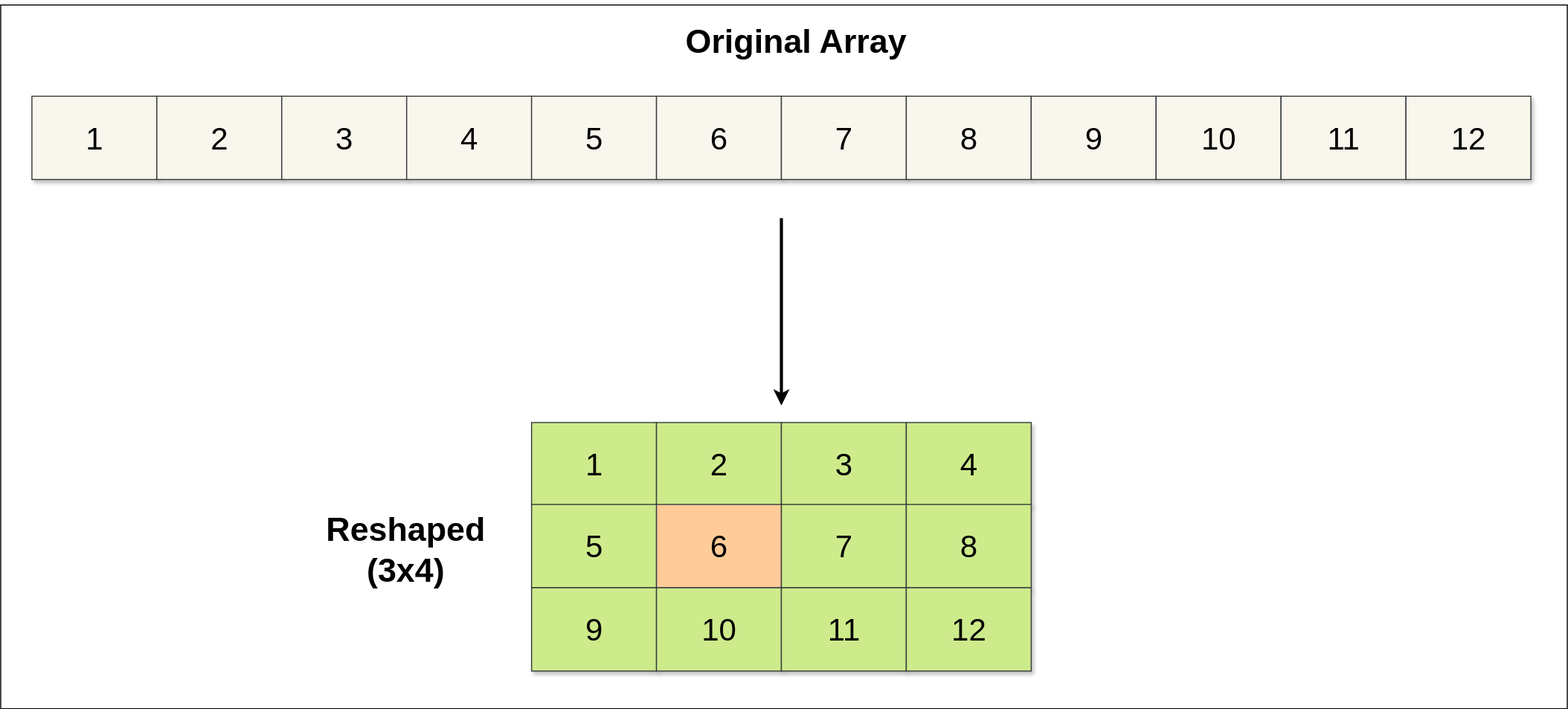
Before: tensorcode/Numpy/Problem_1/images/infra-1.svg, a diagram exported from draw.io (poridhiEng/lab-asset). Source tidied: cells renumbered, new cells last; positions are measured from the earlier drawing's top-left corner, leaving out a move shared by most shapes.
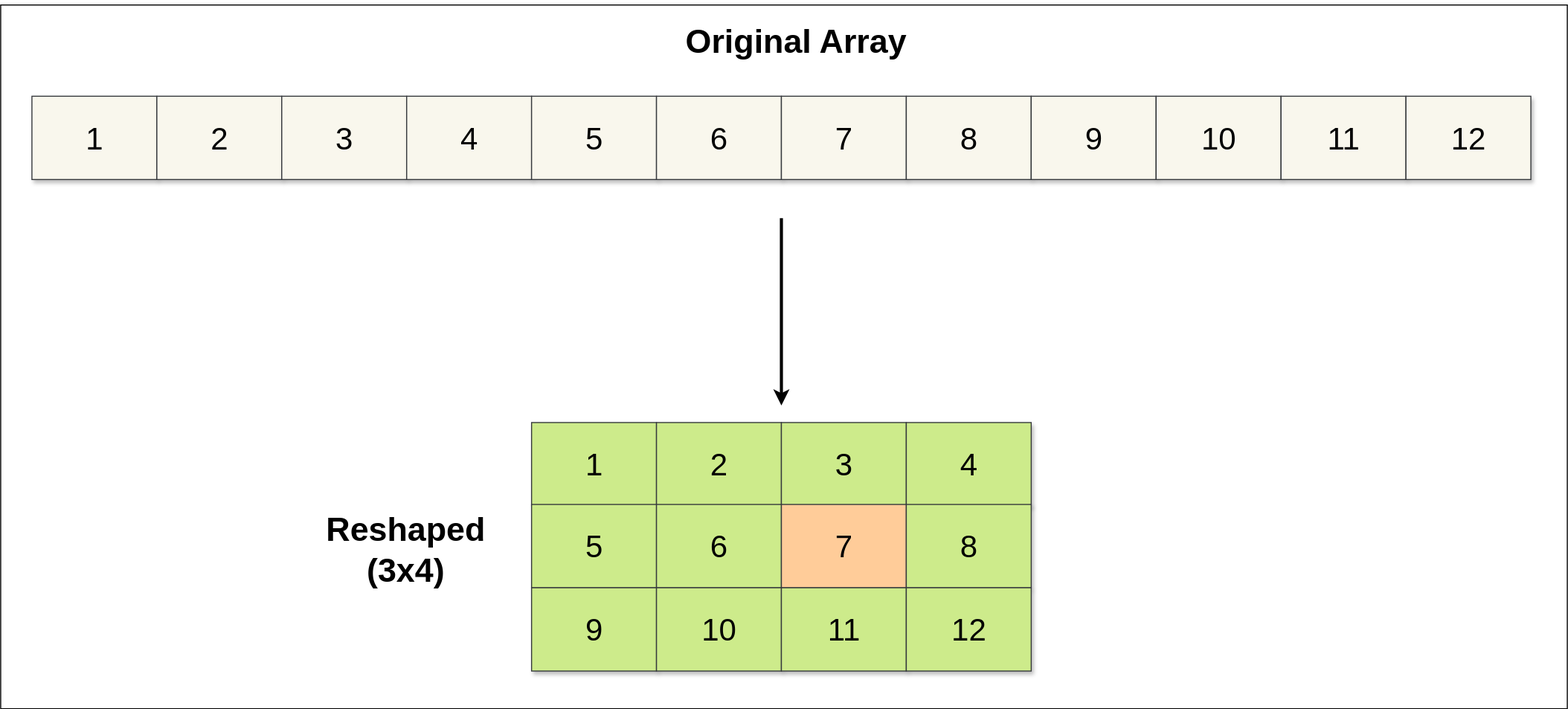
Later version of the same file.

Commit message:
numpy problem1 diagram updated

Diff of the diagram source:
```diff
@@ -68,10 +68,10 @@
     <mxCell id="22" value="5" style="rounded=0;whiteSpace=wrap;html=1;shadow=1;fontSize=30;fillColor=#cdeb8b;strokeColor=#36393d;" parent="1" vertex="1">
       <mxGeometry x="510" y="484" width="120" height="80" as="geometry" />
     </mxCell>
-    <mxCell id="23" value="6" style="rounded=0;whiteSpace=wrap;html=1;shadow=1;fontSize=30;fillColor=#ffcc99;strokeColor=#36393d;" parent="1" vertex="1">
+    <mxCell id="23" value="6" style="rounded=0;whiteSpace=wrap;html=1;shadow=1;fontSize=30;fillColor=#cdeb8b;strokeColor=#36393d;" parent="1" vertex="1">
       <mxGeometry x="630" y="484" width="120" height="80" as="geometry" />
     </mxCell>
-    <mxCell id="24" value="7" style="rounded=0;whiteSpace=wrap;html=1;shadow=1;fontSize=30;fillColor=#cdeb8b;strokeColor=#36393d;" parent="1" vertex="1">
+    <mxCell id="24" value="7" style="rounded=0;whiteSpace=wrap;html=1;shadow=1;fontSize=30;fillColor=#ffcc99;strokeColor=#36393d;" parent="1" vertex="1">
       <mxGeometry x="750" y="484" width="120" height="80" as="geometry" />
     </mxCell>
     <mxCell id="25" value="8" style="rounded=0;whiteSpace=wrap;html=1;shadow=1;fontSize=30;fillColor=#cdeb8b;strokeColor=#36393d;" parent="1" vertex="1">
```
